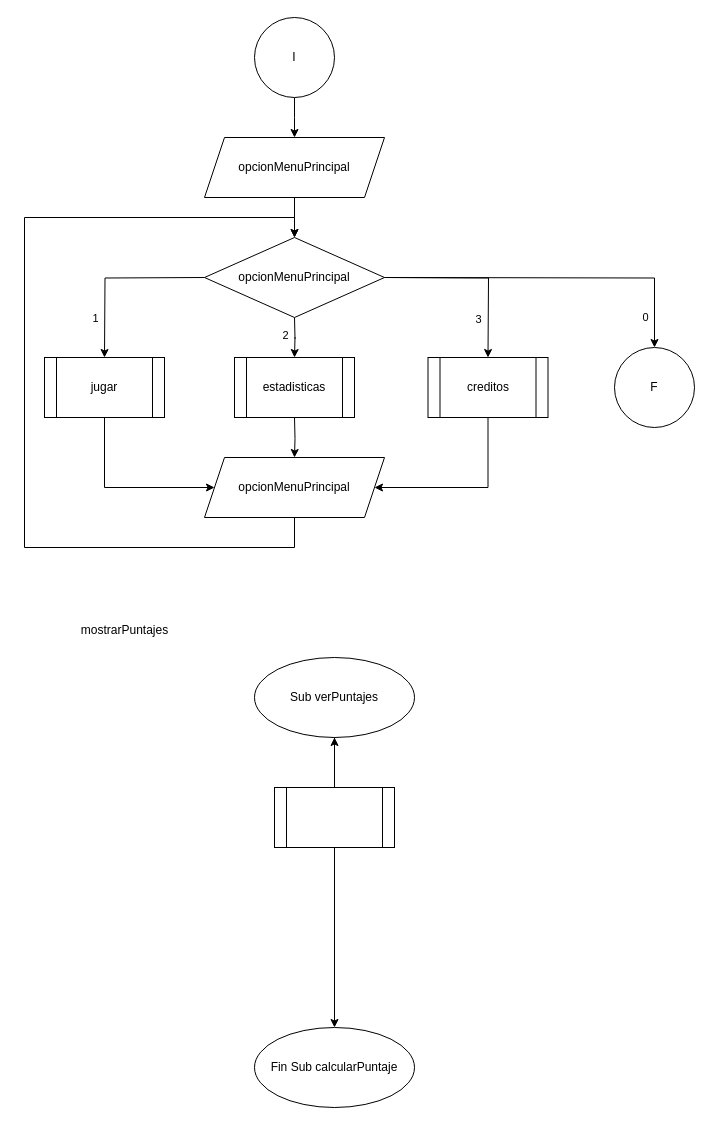
Before: TP2-TUP.UTN.drawio in sirnas1983/utn.tup.progra1.tp2, a draw.io diagram. Source tidied: cells renumbered, new cells numbered last; positions are measured from the earlier drawing's top-left corner, leaving out a move shared by most shapes. Both pictures are drawn from the tidied source at 100%, with x=0, y=0 at pixel (24, 17).
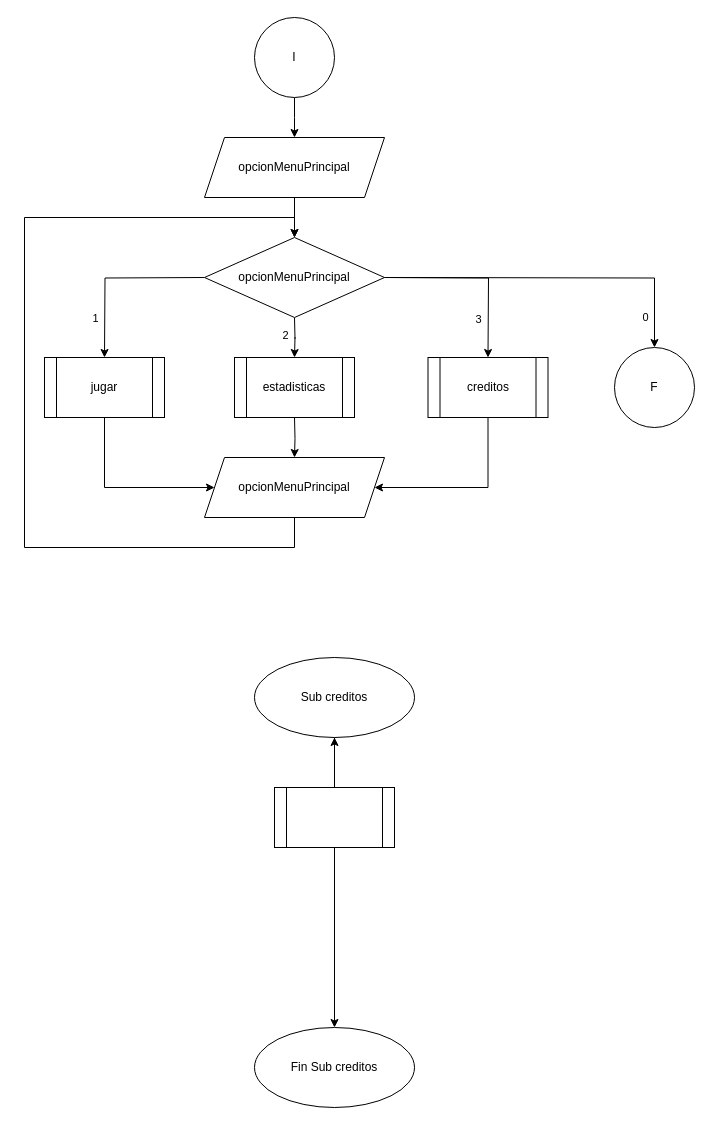
The same diagram, later.

Change to the diagram source:
```diff
@@
-    <mxCell id="20" value="mostrarPuntajes" style="text;html=1;align=center;verticalAlign=middle;strokeColor=none;fillColor=none;" parent="1" vertex="1">
-      <mxGeometry x="40" y="598" width="120" height="30" as="geometry" />
-    </mxCell>
-    <mxCell id="21" value="Sub verPuntajes" style="ellipse;whiteSpace=wrap;html=1;" parent="1" vertex="1">
+    <mxCell id="21" value="Sub creditos" style="ellipse;whiteSpace=wrap;html=1;" parent="1" vertex="1">
       <mxGeometry x="230" y="640" width="160" height="80" as="geometry" />
     </mxCell>
-    <mxCell id="22" value="Fin Sub calcularPuntaje" style="ellipse;whiteSpace=wrap;html=1;" parent="1" vertex="1">
+    <mxCell id="22" value="Fin Sub creditos" style="ellipse;whiteSpace=wrap;html=1;" parent="1" vertex="1">
       <mxGeometry x="230" y="1010" width="160" height="80" as="geometry" />
     </mxCell>
```
